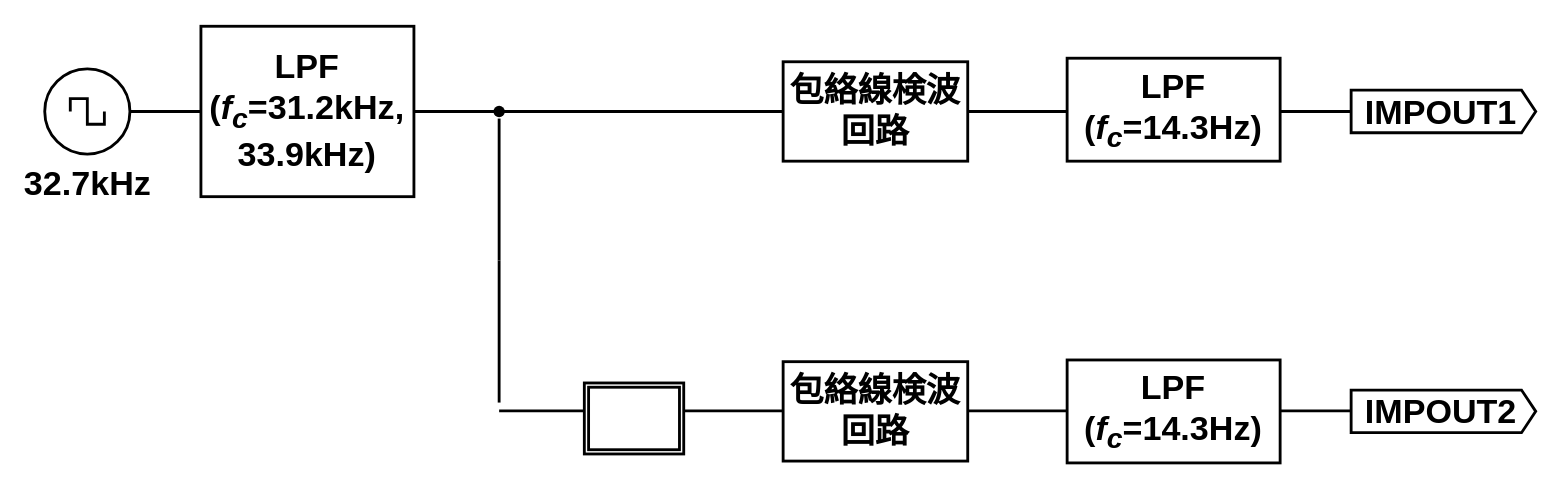
The draw.io diagram Simplified sensor Diagram.drawio in 10matcho27/drawio_figure, before the edit. Source tidied: cells renumbered, new cells numbered last; positions are measured from the earlier drawing's top-left corner, leaving out a move shared by most shapes. Both pictures are drawn from the tidied source at 142%, with x=0, y=0 at pixel (44, 26).
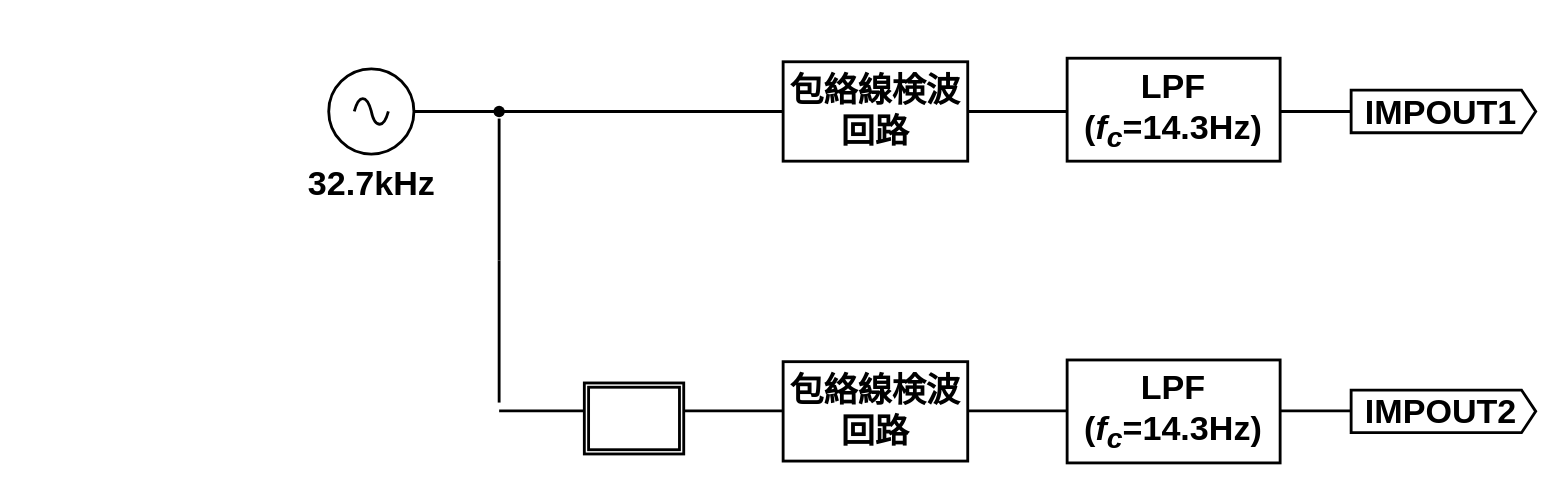
After the change.

Unchanged cells that the change refers to:
```xml
<mxCell id="17" style="shape=waypoint;sketch=0;fillStyle=solid;size=6;points=[];fillColor=none;perimeter=centerPerimeter;snapToPoint=1;fontSize=24;strokeWidth=2;" parent="1" vertex="1">
  <mxGeometry x="300" y="40" width="40" height="40" as="geometry" />
</mxCell>
```

Diff of the diagram source:
```diff
@@
-    <mxCell id="3" value="&lt;b&gt;&lt;font style=&quot;font-size: 24px&quot;&gt;32.7kHz&lt;/font&gt;&lt;/b&gt;" style="verticalLabelPosition=bottom;shadow=0;dashed=0;align=center;html=1;verticalAlign=top;shape=mxgraph.electrical.signal_sources.source;points=[[0.5,0,0],[1,0.5,0],[0.5,1,0],[0,0.5,0]];elSignalType=square;strokeWidth=2;" parent="1" vertex="1">
-      <mxGeometry y="30" width="60" height="60" as="geometry" />
-    </mxCell>
-    <mxCell id="4" value="&lt;div&gt;&lt;b&gt;LPF&lt;/b&gt;&lt;/div&gt;&lt;div&gt;&lt;b&gt;(&lt;i&gt;f&lt;sub&gt;c&lt;/sub&gt;&lt;/i&gt;=31.2kHz,&lt;/b&gt;&lt;/div&gt;&lt;div&gt;&lt;b&gt;33.9kHz)&lt;br&gt;&lt;/b&gt;&lt;/div&gt;" style="rounded=0;whiteSpace=wrap;html=1;fontSize=24;strokeWidth=2;" parent="1" vertex="1">
-      <mxGeometry x="110" width="150" height="120" as="geometry" />
-    </mxCell>
-    <mxCell id="5" style="endArrow=none;html=1;rounded=0;fontSize=24;strokeWidth=2;exitX=1;exitY=0.5;exitDx=0;exitDy=0;exitPerimeter=0;entryX=0;entryY=0.5;entryDx=0;entryDy=0;" parent="1" edge="1" source="3" target="4">
-      <mxGeometry relative="1" as="geometry" />
-    </mxCell>
-    <mxCell id="6" style="endArrow=none;html=1;rounded=0;fontSize=24;strokeWidth=2;entryX=1;entryY=0.5;entryDx=0;entryDy=0;exitDx=0;exitDy=0;exitPerimeter=0;startArrow=none;" parent="1" edge="1" source="17" target="4">
-      <mxGeometry relative="1" as="geometry" />
+    <mxCell id="6" style="endArrow=none;html=1;rounded=0;fontSize=24;strokeWidth=2;entryX=1;entryY=0.5;entryDx=0;entryDy=0;exitDx=0;exitDy=0;exitPerimeter=0;startArrow=none;" parent="1" edge="1" source="17">
+      <mxGeometry relative="1" as="geometry">
+        <mxPoint x="260" y="60" as="targetPoint" />
+      </mxGeometry>
     </mxCell>
@@
+    <mxCell id="3" value="&lt;b&gt;32.7kHz&lt;/b&gt;" style="verticalLabelPosition=bottom;shadow=0;dashed=0;align=center;html=1;verticalAlign=top;shape=mxgraph.electrical.signal_sources.source;points=[[0.5,0,0],[1,0.5,0],[0.5,1,0],[0,0.5,0]];elSignalType=ac;fontSize=24;strokeWidth=2;" parent="1" vertex="1">
+      <mxGeometry x="200" y="30" width="60" height="60" as="geometry" />
+    </mxCell>
```
